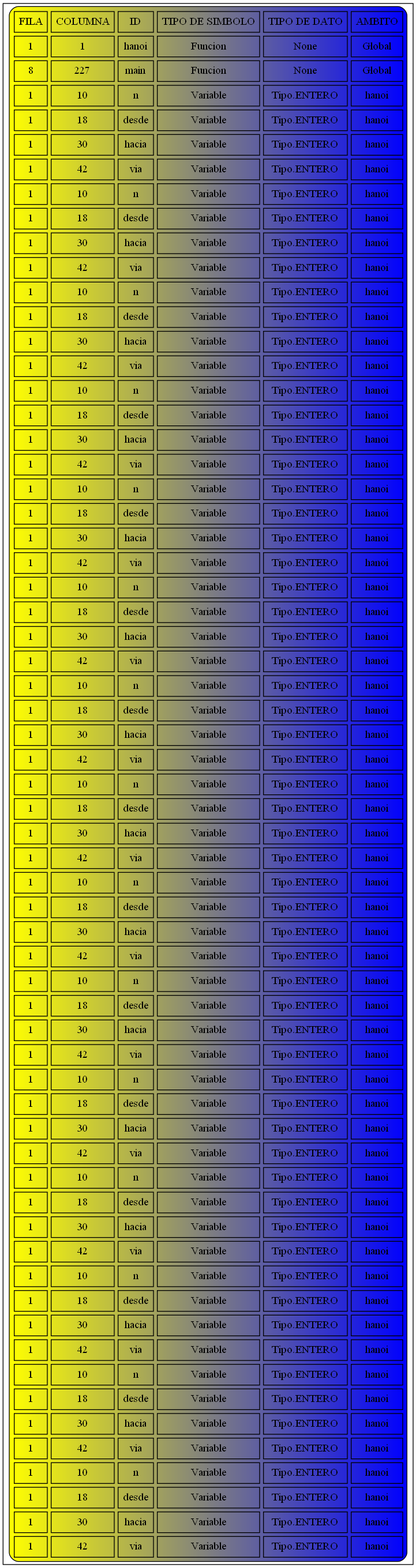
Before: Simbolos.png, a diagram exported from Graphviz (JoseMore99/OLC2_P1_201701015). Its source is kept beside it as Simbolos.dot.
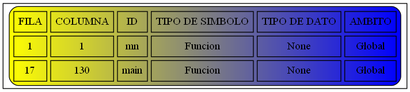
Above is the later version.

The edit, as a diff of the source:
```diff
@@ -2,67 +2,7 @@
 node [shape=record];
 a0 [label=<<TABLE border="1" cellspacing="5" cellpadding="5" style="rounded" bgcolor="yellow:blue">
 "<TR><TD>FILA</TD><TD>COLUMNA</TD><TD>ID</TD><TD>TIPO DE SIMBOLO</TD><TD>TIPO DE DATO</TD><TD>AMBITO</TD></TR>
-<TR><TD>1</TD><TD>1</TD><TD>hanoi</TD><TD>Funcion</TD><TD>None</TD><TD>Global</TD></TR>
-<TR><TD>8</TD><TD>227</TD><TD>main</TD><TD>Funcion</TD><TD>None</TD><TD>Global</TD></TR>
-<TR><TD>1</TD><TD>10</TD><TD>n</TD><TD>Variable</TD><TD>Tipo.ENTERO</TD><TD>hanoi</TD></TR>
-<TR><TD>1</TD><TD>18</TD><TD>desde</TD><TD>Variable</TD><TD>Tipo.ENTERO</TD><TD>hanoi</TD></TR>
-<TR><TD>1</TD><TD>30</TD><TD>hacia</TD><TD>Variable</TD><TD>Tipo.ENTERO</TD><TD>hanoi</TD></TR>
-<TR><TD>1</TD><TD>42</TD><TD>via</TD><TD>Variable</TD><TD>Tipo.ENTERO</TD><TD>hanoi</TD></TR>
-<TR><TD>1</TD><TD>10</TD><TD>n</TD><TD>Variable</TD><TD>Tipo.ENTERO</TD><TD>hanoi</TD></TR>
-<TR><TD>1</TD><TD>18</TD><TD>desde</TD><TD>Variable</TD><TD>Tipo.ENTERO</TD><TD>hanoi</TD></TR>
-<TR><TD>1</TD><TD>30</TD><TD>hacia</TD><TD>Variable</TD><TD>Tipo.ENTERO</TD><TD>hanoi</TD></TR>
-<TR><TD>1</TD><TD>42</TD><TD>via</TD><TD>Variable</TD><TD>Tipo.ENTERO</TD><TD>hanoi</TD></TR>
-<TR><TD>1</TD><TD>10</TD><TD>n</TD><TD>Variable</TD><TD>Tipo.ENTERO</TD><TD>hanoi</TD></TR>
-<TR><TD>1</TD><TD>18</TD><TD>desde</TD><TD>Variable</TD><TD>Tipo.ENTERO</TD><TD>hanoi</TD></TR>
-<TR><TD>1</TD><TD>30</TD><TD>hacia</TD><TD>Variable</TD><TD>Tipo.ENTERO</TD><TD>hanoi</TD></TR>
-<TR><TD>1</TD><TD>42</TD><TD>via</TD><TD>Variable</TD><TD>Tipo.ENTERO</TD><TD>hanoi</TD></TR>
-<TR><TD>1</TD><TD>10</TD><TD>n</TD><TD>Variable</TD><TD>Tipo.ENTERO</TD><TD>hanoi</TD></TR>
-<TR><TD>1</TD><TD>18</TD><TD>desde</TD><TD>Variable</TD><TD>Tipo.ENTERO</TD><TD>hanoi</TD></TR>
-<TR><TD>1</TD><TD>30</TD><TD>hacia</TD><TD>Variable</TD><TD>Tipo.ENTERO</TD><TD>hanoi</TD></TR>
-<TR><TD>1</TD><TD>42</TD><TD>via</TD><TD>Variable</TD><TD>Tipo.ENTERO</TD><TD>hanoi</TD></TR>
-<TR><TD>1</TD><TD>10</TD><TD>n</TD><TD>Variable</TD><TD>Tipo.ENTERO</TD><TD>hanoi</TD></TR>
-<TR><TD>1</TD><TD>18</TD><TD>desde</TD><TD>Variable</TD><TD>Tipo.ENTERO</TD><TD>hanoi</TD></TR>
-<TR><TD>1</TD><TD>30</TD><TD>hacia</TD><TD>Variable</TD><TD>Tipo.ENTERO</TD><TD>hanoi</TD></TR>
-<TR><TD>1</TD><TD>42</TD><TD>via</TD><TD>Variable</TD><TD>Tipo.ENTERO</TD><TD>hanoi</TD></TR>
-<TR><TD>1</TD><TD>10</TD><TD>n</TD><TD>Variable</TD><TD>Tipo.ENTERO</TD><TD>hanoi</TD></TR>
-<TR><TD>1</TD><TD>18</TD><TD>desde</TD><TD>Variable</TD><TD>Tipo.ENTERO</TD><TD>hanoi</TD></TR>
-<TR><TD>1</TD><TD>30</TD><TD>hacia</TD><TD>Variable</TD><TD>Tipo.ENTERO</TD><TD>hanoi</TD></TR>
-<TR><TD>1</TD><TD>42</TD><TD>via</TD><TD>Variable</TD><TD>Tipo.ENTERO</TD><TD>hanoi</TD></TR>
-<TR><TD>1</TD><TD>10</TD><TD>n</TD><TD>Variable</TD><TD>Tipo.ENTERO</TD><TD>hanoi</TD></TR>
-<TR><TD>1</TD><TD>18</TD><TD>desde</TD><TD>Variable</TD><TD>Tipo.ENTERO</TD><TD>hanoi</TD></TR>
-<TR><TD>1</TD><TD>30</TD><TD>hacia</TD><TD>Variable</TD><TD>Tipo.ENTERO</TD><TD>hanoi</TD></TR>
-<TR><TD>1</TD><TD>42</TD><TD>via</TD><TD>Variable</TD><TD>Tipo.ENTERO</TD><TD>hanoi</TD></TR>
-<TR><TD>1</TD><TD>10</TD><TD>n</TD><TD>Variable</TD><TD>Tipo.ENTERO</TD><TD>hanoi</TD></TR>
-<TR><TD>1</TD><TD>18</TD><TD>desde</TD><TD>Variable</TD><TD>Tipo.ENTERO</TD><TD>hanoi</TD></TR>
-<TR><TD>1</TD><TD>30</TD><TD>hacia</TD><TD>Variable</TD><TD>Tipo.ENTERO</TD><TD>hanoi</TD></TR>
-<TR><TD>1</TD><TD>42</TD><TD>via</TD><TD>Variable</TD><TD>Tipo.ENTERO</TD><TD>hanoi</TD></TR>
-<TR><TD>1</TD><TD>10</TD><TD>n</TD><TD>Variable</TD><TD>Tipo.ENTERO</TD><TD>hanoi</TD></TR>
-<TR><TD>1</TD><TD>18</TD><TD>desde</TD><TD>Variable</TD><TD>Tipo.ENTERO</TD><TD>hanoi</TD></TR>
-<TR><TD>1</TD><TD>30</TD><TD>hacia</TD><TD>Variable</TD><TD>Tipo.ENTERO</TD><TD>hanoi</TD></TR>
-<TR><TD>1</TD><TD>42</TD><TD>via</TD><TD>Variable</TD><TD>Tipo.ENTERO</TD><TD>hanoi</TD></TR>
-<TR><TD>1</TD><TD>10</TD><TD>n</TD><TD>Variable</TD><TD>Tipo.ENTERO</TD><TD>hanoi</TD></TR>
-<TR><TD>1</TD><TD>18</TD><TD>desde</TD><TD>Variable</TD><TD>Tipo.ENTERO</TD><TD>hanoi</TD></TR>
-<TR><TD>1</TD><TD>30</TD><TD>hacia</TD><TD>Variable</TD><TD>Tipo.ENTERO</TD><TD>hanoi</TD></TR>
-<TR><TD>1</TD><TD>42</TD><TD>via</TD><TD>Variable</TD><TD>Tipo.ENTERO</TD><TD>hanoi</TD></TR>
-<TR><TD>1</TD><TD>10</TD><TD>n</TD><TD>Variable</TD><TD>Tipo.ENTERO</TD><TD>hanoi</TD></TR>
-<TR><TD>1</TD><TD>18</TD><TD>desde</TD><TD>Variable</TD><TD>Tipo.ENTERO</TD><TD>hanoi</TD></TR>
-<TR><TD>1</TD><TD>30</TD><TD>hacia</TD><TD>Variable</TD><TD>Tipo.ENTERO</TD><TD>hanoi</TD></TR>
-<TR><TD>1</TD><TD>42</TD><TD>via</TD><TD>Variable</TD><TD>Tipo.ENTERO</TD><TD>hanoi</TD></TR>
-<TR><TD>1</TD><TD>10</TD><TD>n</TD><TD>Variable</TD><TD>Tipo.ENTERO</TD><TD>hanoi</TD></TR>
-<TR><TD>1</TD><TD>18</TD><TD>desde</TD><TD>Variable</TD><TD>Tipo.ENTERO</TD><TD>hanoi</TD></TR>
-<TR><TD>1</TD><TD>30</TD><TD>hacia</TD><TD>Variable</TD><TD>Tipo.ENTERO</TD><TD>hanoi</TD></TR>
-<TR><TD>1</TD><TD>42</TD><TD>via</TD><TD>Variable</TD><TD>Tipo.ENTERO</TD><TD>hanoi</TD></TR>
-<TR><TD>1</TD><TD>10</TD><TD>n</TD><TD>Variable</TD><TD>Tipo.ENTERO</TD><TD>hanoi</TD></TR>
-<TR><TD>1</TD><TD>18</TD><TD>desde</TD><TD>Variable</TD><TD>Tipo.ENTERO</TD><TD>hanoi</TD></TR>
-<TR><TD>1</TD><TD>30</TD><TD>hacia</TD><TD>Variable</TD><TD>Tipo.ENTERO</TD><TD>hanoi</TD></TR>
-<TR><TD>1</TD><TD>42</TD><TD>via</TD><TD>Variable</TD><TD>Tipo.ENTERO</TD><TD>hanoi</TD></TR>
-<TR><TD>1</TD><TD>10</TD><TD>n</TD><TD>Variable</TD><TD>Tipo.ENTERO</TD><TD>hanoi</TD></TR>
-<TR><TD>1</TD><TD>18</TD><TD>desde</TD><TD>Variable</TD><TD>Tipo.ENTERO</TD><TD>hanoi</TD></TR>
-<TR><TD>1</TD><TD>30</TD><TD>hacia</TD><TD>Variable</TD><TD>Tipo.ENTERO</TD><TD>hanoi</TD></TR>
-<TR><TD>1</TD><TD>42</TD><TD>via</TD><TD>Variable</TD><TD>Tipo.ENTERO</TD><TD>hanoi</TD></TR>
-<TR><TD>1</TD><TD>10</TD><TD>n</TD><TD>Variable</TD><TD>Tipo.ENTERO</TD><TD>hanoi</TD></TR>
-<TR><TD>1</TD><TD>18</TD><TD>desde</TD><TD>Variable</TD><TD>Tipo.ENTERO</TD><TD>hanoi</TD></TR>
-<TR><TD>1</TD><TD>30</TD><TD>hacia</TD><TD>Variable</TD><TD>Tipo.ENTERO</TD><TD>hanoi</TD></TR>
-<TR><TD>1</TD><TD>42</TD><TD>via</TD><TD>Variable</TD><TD>Tipo.ENTERO</TD><TD>hanoi</TD></TR>
+<TR><TD>1</TD><TD>1</TD><TD>mn</TD><TD>Funcion</TD><TD>None</TD><TD>Global</TD></TR>
+<TR><TD>17</TD><TD>130</TD><TD>main</TD><TD>Funcion</TD><TD>None</TD><TD>Global</TD></TR>
 </TABLE>>];
 }
```
